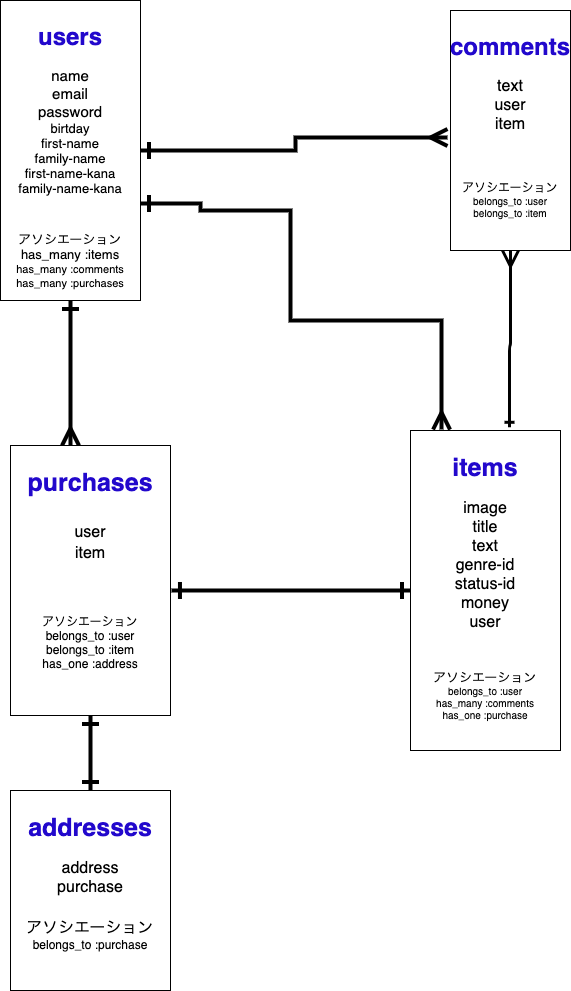
Before: furima-28377 ER図.png, a diagram exported from draw.io (ryo-suzuki-seamagic/furima_28377). Source tidied: cells renumbered, new cells last; positions are measured from the earlier drawing's top-left corner, leaving out a move shared by most shapes.
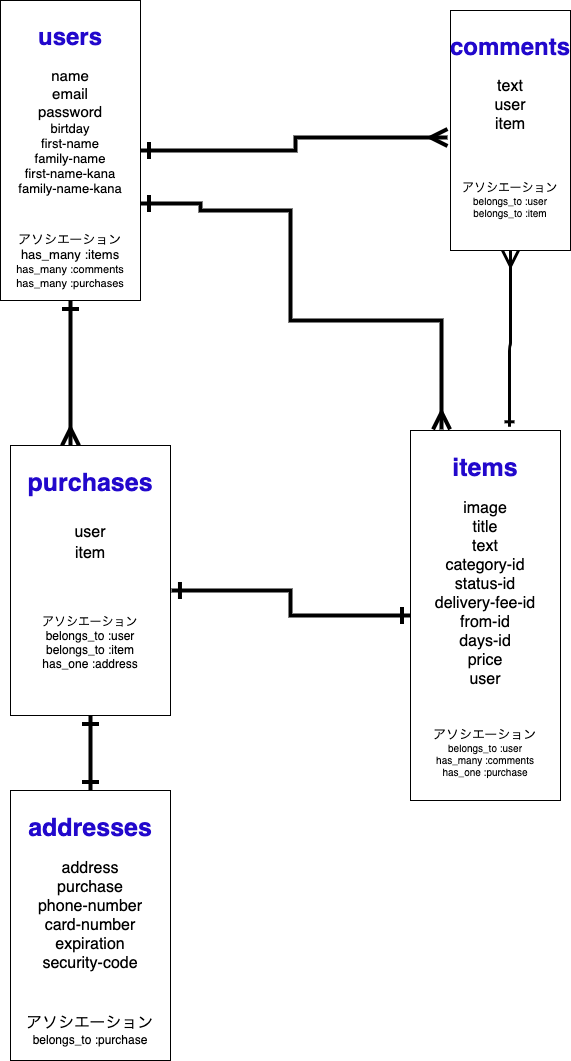
The same diagram one commit later.

Commit message:
ER図、テーブル設計,remake3

What changed in the source:
```diff
@@ -25,8 +25,8 @@
     <mxCell id="6" value="&lt;h1&gt;&lt;font color=&quot;#2208cc&quot;&gt;users&lt;/font&gt;&lt;/h1&gt;&lt;div style=&quot;font-size: 15px&quot;&gt;&lt;font style=&quot;font-size: 15px&quot;&gt;name&lt;/font&gt;&lt;/div&gt;&lt;div style=&quot;font-size: 15px&quot;&gt;&lt;font style=&quot;font-size: 15px&quot;&gt;email&lt;/font&gt;&lt;/div&gt;&lt;div style=&quot;font-size: 15px&quot;&gt;&lt;font style=&quot;font-size: 15px&quot;&gt;password&lt;/font&gt;&lt;/div&gt;&lt;div style=&quot;font-size: 13px&quot;&gt;birtday&lt;/div&gt;&lt;div style=&quot;font-size: 13px&quot;&gt;first-name&lt;/div&gt;&lt;div style=&quot;font-size: 13px&quot;&gt;family-name&lt;/div&gt;&lt;div style=&quot;font-size: 13px&quot;&gt;&lt;div&gt;first-name-kana&lt;/div&gt;&lt;div&gt;family-name-kana&lt;/div&gt;&lt;/div&gt;&lt;div style=&quot;font-size: 15px&quot;&gt;&lt;font style=&quot;font-size: 15px&quot;&gt;&lt;br&gt;&lt;/font&gt;&lt;/div&gt;&lt;div style=&quot;font-size: 15px&quot;&gt;&lt;font style=&quot;font-size: 15px&quot;&gt;&lt;br&gt;&lt;/font&gt;&lt;/div&gt;&lt;div&gt;&lt;font style=&quot;font-size: 13px&quot;&gt;アソシエーション&lt;/font&gt;&lt;/div&gt;&lt;div&gt;&lt;font style=&quot;font-size: 13px&quot;&gt;has_many :items&lt;/font&gt;&lt;/div&gt;&lt;div&gt;&lt;font style=&quot;font-size: 11px&quot;&gt;has_many :comments&lt;/font&gt;&lt;/div&gt;&lt;div&gt;&lt;font style=&quot;font-size: 11px&quot;&gt;has_many :purchases&lt;/font&gt;&lt;/div&gt;" style="rounded=0;whiteSpace=wrap;html=1;verticalAlign=top;" parent="1" vertex="1">
       <mxGeometry width="140" height="300" as="geometry" />
     </mxCell>
-    <mxCell id="7" value="&lt;h1&gt;&lt;font color=&quot;#2208cc&quot; style=&quot;font-size: 25px&quot;&gt;items&lt;/font&gt;&lt;/h1&gt;&lt;div style=&quot;font-size: 16px&quot;&gt;&lt;font style=&quot;font-size: 16px&quot;&gt;image&lt;/font&gt;&lt;/div&gt;&lt;div style=&quot;font-size: 16px&quot;&gt;&lt;font style=&quot;font-size: 16px&quot;&gt;title&lt;/font&gt;&lt;/div&gt;&lt;div style=&quot;font-size: 16px&quot;&gt;&lt;font style=&quot;font-size: 16px&quot;&gt;text&lt;/font&gt;&lt;/div&gt;&lt;div style=&quot;font-size: 16px&quot;&gt;&lt;font style=&quot;font-size: 16px&quot;&gt;genre-id&lt;/font&gt;&lt;/div&gt;&lt;div style=&quot;font-size: 16px&quot;&gt;&lt;font style=&quot;font-size: 16px&quot;&gt;status-id&lt;/font&gt;&lt;/div&gt;&lt;div style=&quot;font-size: 16px&quot;&gt;money&lt;/div&gt;&lt;div style=&quot;font-size: 16px&quot;&gt;&lt;font style=&quot;font-size: 16px&quot;&gt;user&lt;/font&gt;&lt;/div&gt;&lt;div style=&quot;font-size: 16px&quot;&gt;&lt;br&gt;&lt;/div&gt;&lt;div style=&quot;font-size: 16px&quot;&gt;&lt;font style=&quot;font-size: 16px&quot;&gt;&lt;br&gt;&lt;/font&gt;&lt;/div&gt;&lt;div&gt;&lt;font style=&quot;font-size: 13px&quot;&gt;アソシエーション&lt;/font&gt;&lt;/div&gt;&lt;div style=&quot;font-size: 10px&quot;&gt;&lt;font style=&quot;font-size: 10px&quot;&gt;belongs_to :user&lt;/font&gt;&lt;/div&gt;&lt;div style=&quot;font-size: 10px&quot;&gt;&lt;font style=&quot;font-size: 10px&quot;&gt;has_many :comments&lt;/font&gt;&lt;/div&gt;&lt;div style=&quot;font-size: 10px&quot;&gt;&lt;font style=&quot;font-size: 10px&quot;&gt;has_one :purchase&lt;/font&gt;&lt;/div&gt;" style="rounded=0;whiteSpace=wrap;html=1;verticalAlign=top;" parent="1" vertex="1">
-      <mxGeometry x="410" y="430" width="150" height="320" as="geometry" />
+    <mxCell id="7" value="&lt;h1&gt;&lt;font color=&quot;#2208cc&quot; style=&quot;font-size: 25px&quot;&gt;items&lt;/font&gt;&lt;/h1&gt;&lt;div style=&quot;font-size: 16px&quot;&gt;&lt;font style=&quot;font-size: 16px&quot;&gt;image&lt;/font&gt;&lt;/div&gt;&lt;div style=&quot;font-size: 16px&quot;&gt;&lt;font style=&quot;font-size: 16px&quot;&gt;title&lt;/font&gt;&lt;/div&gt;&lt;div style=&quot;font-size: 16px&quot;&gt;&lt;font style=&quot;font-size: 16px&quot;&gt;text&lt;/font&gt;&lt;/div&gt;&lt;div style=&quot;font-size: 16px&quot;&gt;&lt;font style=&quot;font-size: 16px&quot;&gt;category-id&lt;/font&gt;&lt;/div&gt;&lt;div style=&quot;font-size: 16px&quot;&gt;&lt;font style=&quot;font-size: 16px&quot;&gt;status-id&lt;/font&gt;&lt;/div&gt;&lt;div style=&quot;font-size: 16px&quot;&gt;&lt;font style=&quot;font-size: 16px&quot;&gt;delivery-fee-id&lt;/font&gt;&lt;/div&gt;&lt;div style=&quot;font-size: 16px&quot;&gt;&lt;font style=&quot;font-size: 16px&quot;&gt;from-id&lt;/font&gt;&lt;/div&gt;&lt;div style=&quot;font-size: 16px&quot;&gt;&lt;font style=&quot;font-size: 16px&quot;&gt;days-id&lt;/font&gt;&lt;/div&gt;&lt;div style=&quot;font-size: 16px&quot;&gt;price&lt;/div&gt;&lt;div style=&quot;font-size: 16px&quot;&gt;&lt;font style=&quot;font-size: 16px&quot;&gt;user&lt;/font&gt;&lt;/div&gt;&lt;div style=&quot;font-size: 16px&quot;&gt;&lt;br&gt;&lt;/div&gt;&lt;div style=&quot;font-size: 16px&quot;&gt;&lt;font style=&quot;font-size: 16px&quot;&gt;&lt;br&gt;&lt;/font&gt;&lt;/div&gt;&lt;div&gt;&lt;font style=&quot;font-size: 13px&quot;&gt;アソシエーション&lt;/font&gt;&lt;/div&gt;&lt;div style=&quot;font-size: 10px&quot;&gt;&lt;font style=&quot;font-size: 10px&quot;&gt;belongs_to :user&lt;/font&gt;&lt;/div&gt;&lt;div style=&quot;font-size: 10px&quot;&gt;&lt;font style=&quot;font-size: 10px&quot;&gt;has_many :comments&lt;/font&gt;&lt;/div&gt;&lt;div style=&quot;font-size: 10px&quot;&gt;&lt;font style=&quot;font-size: 10px&quot;&gt;has_one :purchase&lt;/font&gt;&lt;/div&gt;" style="rounded=0;whiteSpace=wrap;html=1;verticalAlign=top;" parent="1" vertex="1">
+      <mxGeometry x="410" y="430" width="150" height="370" as="geometry" />
     </mxCell>
     <mxCell id="8" value="&lt;h1&gt;&lt;font color=&quot;#2208cc&quot;&gt;comments&lt;/font&gt;&lt;/h1&gt;&lt;div style=&quot;font-size: 16px&quot;&gt;&lt;font style=&quot;font-size: 16px&quot;&gt;text&lt;/font&gt;&lt;/div&gt;&lt;div style=&quot;font-size: 16px&quot;&gt;&lt;font style=&quot;font-size: 16px&quot;&gt;user&lt;/font&gt;&lt;/div&gt;&lt;div style=&quot;font-size: 16px&quot;&gt;&lt;font style=&quot;font-size: 16px&quot;&gt;item&lt;/font&gt;&lt;/div&gt;&lt;div style=&quot;font-size: 16px&quot;&gt;&lt;font style=&quot;font-size: 16px&quot;&gt;&lt;br&gt;&lt;/font&gt;&lt;/div&gt;&lt;div&gt;&lt;font style=&quot;font-size: 12px&quot;&gt;&lt;br&gt;&lt;/font&gt;&lt;/div&gt;&lt;div&gt;&lt;font style=&quot;font-size: 12px&quot;&gt;&lt;br&gt;&lt;/font&gt;&lt;/div&gt;&lt;div&gt;アソシエーション&lt;/div&gt;&lt;div style=&quot;font-size: 10px&quot;&gt;belongs_to :user&lt;/div&gt;&lt;div style=&quot;font-size: 10px&quot;&gt;belongs_to :item&lt;/div&gt;" style="rounded=0;whiteSpace=wrap;html=1;verticalAlign=top;" parent="1" vertex="1">
       <mxGeometry x="450" y="10" width="120" height="240" as="geometry" />
@@ -40,8 +40,8 @@
     <mxCell id="11" value="&lt;h1&gt;&lt;font color=&quot;#2208cc&quot; style=&quot;font-size: 25px&quot;&gt;purchases&lt;/font&gt;&lt;/h1&gt;&lt;div&gt;&lt;span style=&quot;font-size: 16px&quot;&gt;user&lt;/span&gt;&lt;font color=&quot;#2208cc&quot; style=&quot;font-size: 25px&quot;&gt;&lt;br&gt;&lt;/font&gt;&lt;/div&gt;&lt;div&gt;&lt;span style=&quot;font-size: 16px&quot;&gt;item&lt;/span&gt;&lt;/div&gt;&lt;div&gt;&lt;br&gt;&lt;/div&gt;&lt;div&gt;&lt;span style=&quot;font-size: 16px&quot;&gt;&lt;br&gt;&lt;/span&gt;&lt;/div&gt;&lt;div&gt;&lt;span style=&quot;font-size: 16px&quot;&gt;&lt;br&gt;&lt;/span&gt;&lt;/div&gt;&lt;div&gt;&lt;span&gt;アソシエーション&lt;/span&gt;&lt;/div&gt;&lt;div&gt;&lt;span&gt;belongs_to :user&lt;/span&gt;&lt;/div&gt;&lt;div&gt;belongs_to :item&lt;/div&gt;&lt;div&gt;has_one :address&lt;/div&gt;&lt;h1 style=&quot;color: rgb(0 , 0 , 0) ; font-family: &amp;#34;helvetica&amp;#34; ; font-style: normal ; letter-spacing: normal ; text-align: center ; text-indent: 0px ; text-transform: none ; word-spacing: 0px ; background-color: rgb(248 , 249 , 250)&quot;&gt;&lt;/h1&gt;" style="rounded=0;whiteSpace=wrap;html=1;verticalAlign=top;" parent="1" vertex="1">
       <mxGeometry x="10" y="445" width="160" height="270" as="geometry" />
     </mxCell>
-    <mxCell id="12" value="&lt;h1&gt;&lt;font color=&quot;#2208cc&quot; style=&quot;font-size: 25px&quot;&gt;addresses&lt;/font&gt;&lt;/h1&gt;&lt;div&gt;&lt;div style=&quot;font-size: 12px&quot;&gt;&lt;span style=&quot;font-size: 16px&quot;&gt;address&lt;/span&gt;&lt;/div&gt;&lt;div style=&quot;font-size: 12px&quot;&gt;&lt;span style=&quot;font-size: 16px&quot;&gt;purchase&lt;/span&gt;&lt;/div&gt;&lt;div style=&quot;font-size: 18px&quot;&gt;&lt;span style=&quot;font-size: 16px&quot;&gt;&lt;br&gt;&lt;/span&gt;&lt;/div&gt;&lt;div&gt;&lt;span style=&quot;font-size: 16px&quot;&gt;アソシエーション&lt;/span&gt;&lt;/div&gt;&lt;/div&gt;&lt;div&gt;belongs_to :purchase&lt;/div&gt;" style="rounded=0;whiteSpace=wrap;html=1;verticalAlign=top;" parent="1" vertex="1">
-      <mxGeometry x="10" y="790" width="160" height="200" as="geometry" />
+    <mxCell id="12" value="&lt;h1&gt;&lt;font color=&quot;#2208cc&quot; style=&quot;font-size: 25px&quot;&gt;addresses&lt;/font&gt;&lt;/h1&gt;&lt;div&gt;&lt;div style=&quot;font-size: 12px&quot;&gt;&lt;span style=&quot;font-size: 16px&quot;&gt;address&lt;/span&gt;&lt;/div&gt;&lt;div style=&quot;font-size: 12px&quot;&gt;&lt;span style=&quot;font-size: 16px&quot;&gt;purchase&lt;/span&gt;&lt;/div&gt;&lt;div style=&quot;font-size: 12px&quot;&gt;&lt;span style=&quot;font-size: 16px&quot;&gt;phone-number&lt;/span&gt;&lt;/div&gt;&lt;div style=&quot;font-size: 12px&quot;&gt;&lt;span style=&quot;font-size: 16px&quot;&gt;card-number&lt;/span&gt;&lt;/div&gt;&lt;div&gt;&lt;span style=&quot;font-size: 16px&quot;&gt;expiration&lt;/span&gt;&lt;/div&gt;&lt;div&gt;&lt;span style=&quot;font-size: 16px&quot;&gt;security-code&lt;/span&gt;&lt;/div&gt;&lt;div style=&quot;font-size: 12px&quot;&gt;&lt;span style=&quot;font-size: 16px&quot;&gt;&lt;br&gt;&lt;/span&gt;&lt;/div&gt;&lt;div style=&quot;font-size: 18px&quot;&gt;&lt;span style=&quot;font-size: 16px&quot;&gt;&lt;br&gt;&lt;/span&gt;&lt;/div&gt;&lt;div&gt;&lt;span style=&quot;font-size: 16px&quot;&gt;アソシエーション&lt;/span&gt;&lt;/div&gt;&lt;/div&gt;&lt;div&gt;belongs_to :purchase&lt;/div&gt;" style="rounded=0;whiteSpace=wrap;html=1;verticalAlign=top;" parent="1" vertex="1">
+      <mxGeometry x="10" y="790" width="160" height="270" as="geometry" />
     </mxCell>
   </root>
 </mxGraphModel>
```
